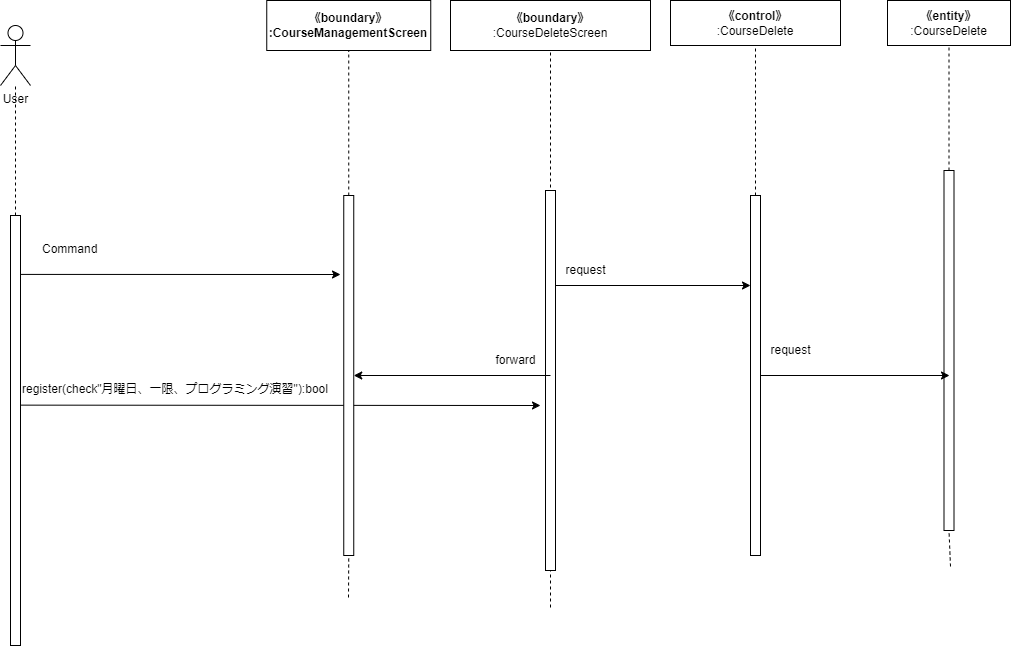
Above: Design/Sequence-2.drawio.png in Hu-Hanxu/First-App-Self-Management- (draw.io), before the change. Source tidied: cells renumbered, new cells last; positions are measured from the earlier drawing's top-left corner, leaving out a move shared by most shapes.
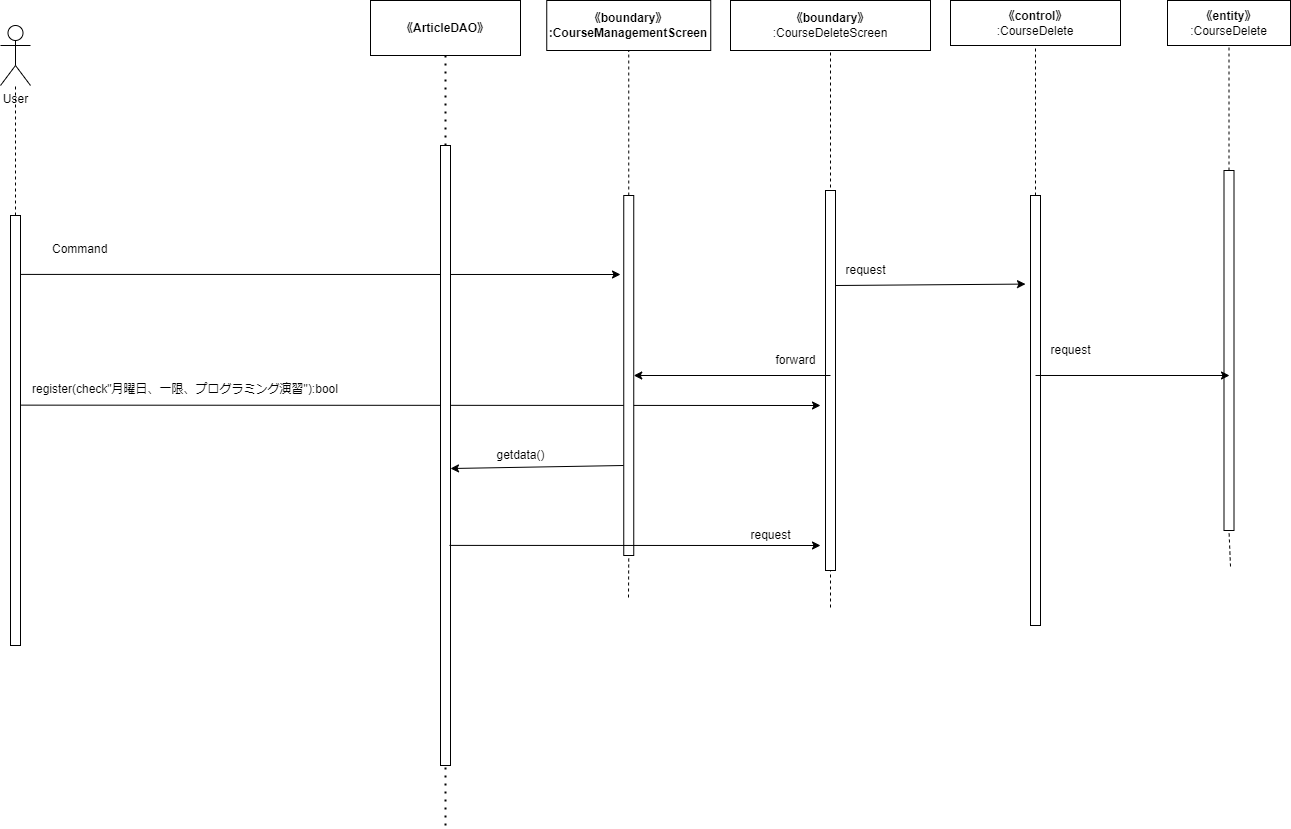
Above is the later version.

What changed in the source:
```diff
@@ -3,11 +3,11 @@
     <mxCell id="0" />
     <mxCell id="1" parent="0" />
     <mxCell id="2" value="User" style="shape=umlActor;verticalLabelPosition=bottom;verticalAlign=top;html=1;outlineConnect=0;" parent="1" vertex="1">
-      <mxGeometry y="25" width="30" height="60" as="geometry" />
+      <mxGeometry x="-280" y="25" width="30" height="60" as="geometry" />
     </mxCell>
     <mxCell id="3" style="endArrow=none;dashed=1;html=1;exitX=0.5;exitY=0;exitDx=0;exitDy=0;" parent="1" edge="1" target="2">
       <mxGeometry relative="1" as="geometry">
-        <mxPoint x="15" y="215" as="sourcePoint" />
+        <mxPoint x="-265" y="215" as="sourcePoint" />
       </mxGeometry>
     </mxCell>
     <mxCell id="4" value="&lt;span style=&quot;font-weight: 700;&quot;&gt;《boundary》&lt;/span&gt;&lt;br style=&quot;font-weight: 700;&quot;&gt;&lt;span style=&quot;font-weight: 700;&quot;&gt;:&lt;/span&gt;&lt;b&gt;CourseManagementScreen&lt;/b&gt;" style="rounded=0;whiteSpace=wrap;html=1;" parent="1" vertex="1">
@@ -25,7 +25,7 @@
       </mxGeometry>
     </mxCell>
     <mxCell id="8" style="rounded=0;whiteSpace=wrap;html=1;" parent="1" vertex="1">
-      <mxGeometry x="10" y="215" width="10" height="430" as="geometry" />
+      <mxGeometry x="-270" y="215" width="10" height="430" as="geometry" />
     </mxCell>
     <mxCell id="9" style="endArrow=none;dashed=1;html=1;entryX=0.5;entryY=1;entryDx=0;entryDy=0;startArrow=none;" parent="1" edge="1" source="11" target="4">
       <mxGeometry relative="1" as="geometry" />
@@ -35,6 +35,9 @@
         <mxPoint x="348" y="597" as="sourcePoint" />
       </mxGeometry>
     </mxCell>
+    <mxCell id="29" style="edgeStyle=none;html=1;exitX=0;exitY=0.75;exitDx=0;exitDy=0;entryX=1;entryY=0.521;entryDx=0;entryDy=0;entryPerimeter=0;" parent="1" edge="1" source="11" target="33">
+      <mxGeometry relative="1" as="geometry" />
+    </mxCell>
     <mxCell id="11" style="rounded=0;whiteSpace=wrap;html=1;" parent="1" vertex="1">
       <mxGeometry x="343.2" y="195" width="10" height="360" as="geometry" />
     </mxCell>
@@ -50,7 +53,7 @@
       <mxGeometry relative="1" as="geometry" />
     </mxCell>
     <mxCell id="15" style="rounded=0;whiteSpace=wrap;html=1;" parent="1" vertex="1">
-      <mxGeometry x="750" y="195" width="10" height="360" as="geometry" />
+      <mxGeometry x="750" y="195" width="10" height="430" as="geometry" />
     </mxCell>
     <mxCell id="16" value="&lt;span style=&quot;font-weight: 700;&quot;&gt;《entity》&lt;/span&gt;&lt;br&gt;:CourseDelete" style="rounded=0;whiteSpace=wrap;html=1;" parent="1" vertex="1">
       <mxGeometry x="887" width="123" height="45" as="geometry" />
@@ -67,17 +70,17 @@
       <mxGeometry x="943.5" y="170" width="10" height="360" as="geometry" />
     </mxCell>
     <mxCell id="20" value="register(check&quot;月曜日、一限、プログラミング演習&quot;):bool" style="text;whiteSpace=wrap;html=1;" parent="1" vertex="1">
-      <mxGeometry x="20" y="375" width="320" height="40" as="geometry" />
+      <mxGeometry x="-250" y="375" width="320" height="40" as="geometry" />
     </mxCell>
     <mxCell id="21" value="Command" style="text;whiteSpace=wrap;html=1;" parent="1" vertex="1">
-      <mxGeometry x="40" y="235" width="90" height="40" as="geometry" />
+      <mxGeometry x="-230" y="235" width="90" height="40" as="geometry" />
     </mxCell>
     <mxCell id="22" style="endArrow=classic;html=1;exitX=1.055;exitY=0.137;exitDx=0;exitDy=0;exitPerimeter=0;" parent="1" edge="1" source="8">
       <mxGeometry relative="1" as="geometry">
         <mxPoint x="340" y="274" as="targetPoint" />
       </mxGeometry>
     </mxCell>
-    <mxCell id="23" style="endArrow=classic;html=1;exitX=1;exitY=0.25;exitDx=0;exitDy=0;entryX=0;entryY=0.25;entryDx=0;entryDy=0;" parent="1" edge="1" source="13" target="15">
+    <mxCell id="23" style="endArrow=classic;html=1;exitX=1;exitY=0.25;exitDx=0;exitDy=0;entryX=-0.5;entryY=0.206;entryDx=0;entryDy=0;entryPerimeter=0;" parent="1" edge="1" source="13" target="15">
       <mxGeometry relative="1" as="geometry" />
     </mxCell>
     <mxCell id="24" value="request" style="text;html=1;align=center;verticalAlign=middle;strokeColor=none;fillColor=none;" parent="1" vertex="1">
@@ -91,7 +94,7 @@
     <mxCell id="26" value="forward" style="text;html=1;align=center;verticalAlign=middle;strokeColor=none;fillColor=none;" parent="1" vertex="1">
       <mxGeometry x="485" y="345" width="60" height="30" as="geometry" />
     </mxCell>
-    <mxCell id="27" style="endArrow=classic;html=1;exitX=1;exitY=0.5;exitDx=0;exitDy=0;" parent="1" edge="1" source="15">
+    <mxCell id="27" style="endArrow=classic;html=1;exitX=-0.083;exitY=1.333;exitDx=0;exitDy=0;exitPerimeter=0;" parent="1" edge="1" source="28">
       <mxGeometry relative="1" as="geometry">
         <mxPoint x="949" y="375" as="targetPoint" />
       </mxGeometry>
@@ -99,5 +102,30 @@
     <mxCell id="28" value="request" style="text;html=1;align=center;verticalAlign=middle;points=[];strokeColor=none;fillColor=none;" parent="1" vertex="1">
       <mxGeometry x="760" y="335" width="60" height="30" as="geometry" />
     </mxCell>
+    <mxCell id="30" value="&lt;span style=&quot;font-weight: 700;&quot;&gt;《&lt;/span&gt;&lt;span style=&quot;font-weight: 700;&quot;&gt;ArticleDAO&lt;/span&gt;&lt;span style=&quot;font-weight: 700;&quot;&gt;》&lt;/span&gt;" style="rounded=0;whiteSpace=wrap;html=1;" parent="1" vertex="1">
+      <mxGeometry x="90" width="150" height="55" as="geometry" />
+    </mxCell>
+    <mxCell id="31" style="endArrow=none;dashed=1;html=1;dashPattern=1 3;strokeWidth=2;entryX=0.5;entryY=1;entryDx=0;entryDy=0;startArrow=none;" parent="1" edge="1" source="33" target="30">
+      <mxGeometry relative="1" as="geometry" />
+    </mxCell>
+    <mxCell id="32" style="endArrow=none;dashed=1;html=1;dashPattern=1 3;strokeWidth=2;entryX=0.5;entryY=1;entryDx=0;entryDy=0;" parent="1" edge="1" target="33">
+      <mxGeometry relative="1" as="geometry">
+        <mxPoint x="165" y="825" as="sourcePoint" />
+      </mxGeometry>
+    </mxCell>
+    <mxCell id="33" style="rounded=0;whiteSpace=wrap;html=1;" parent="1" vertex="1">
+      <mxGeometry x="160" y="145" width="10" height="620" as="geometry" />
+    </mxCell>
+    <mxCell id="34" value="getdata()" style="text;html=1;align=center;verticalAlign=middle;strokeColor=none;fillColor=none;" parent="1" vertex="1">
+      <mxGeometry x="205" y="440" width="70" height="30" as="geometry" />
+    </mxCell>
+    <mxCell id="35" style="endArrow=classic;html=1;exitX=0.9;exitY=0.645;exitDx=0;exitDy=0;exitPerimeter=0;" parent="1" edge="1" source="33">
+      <mxGeometry relative="1" as="geometry">
+        <mxPoint x="540" y="545" as="targetPoint" />
+      </mxGeometry>
+    </mxCell>
+    <mxCell id="36" value="request" style="text;html=1;align=center;verticalAlign=middle;strokeColor=none;fillColor=none;" parent="1" vertex="1">
+      <mxGeometry x="460" y="520" width="60" height="30" as="geometry" />
+    </mxCell>
   </root>
 </mxGraphModel>
```
